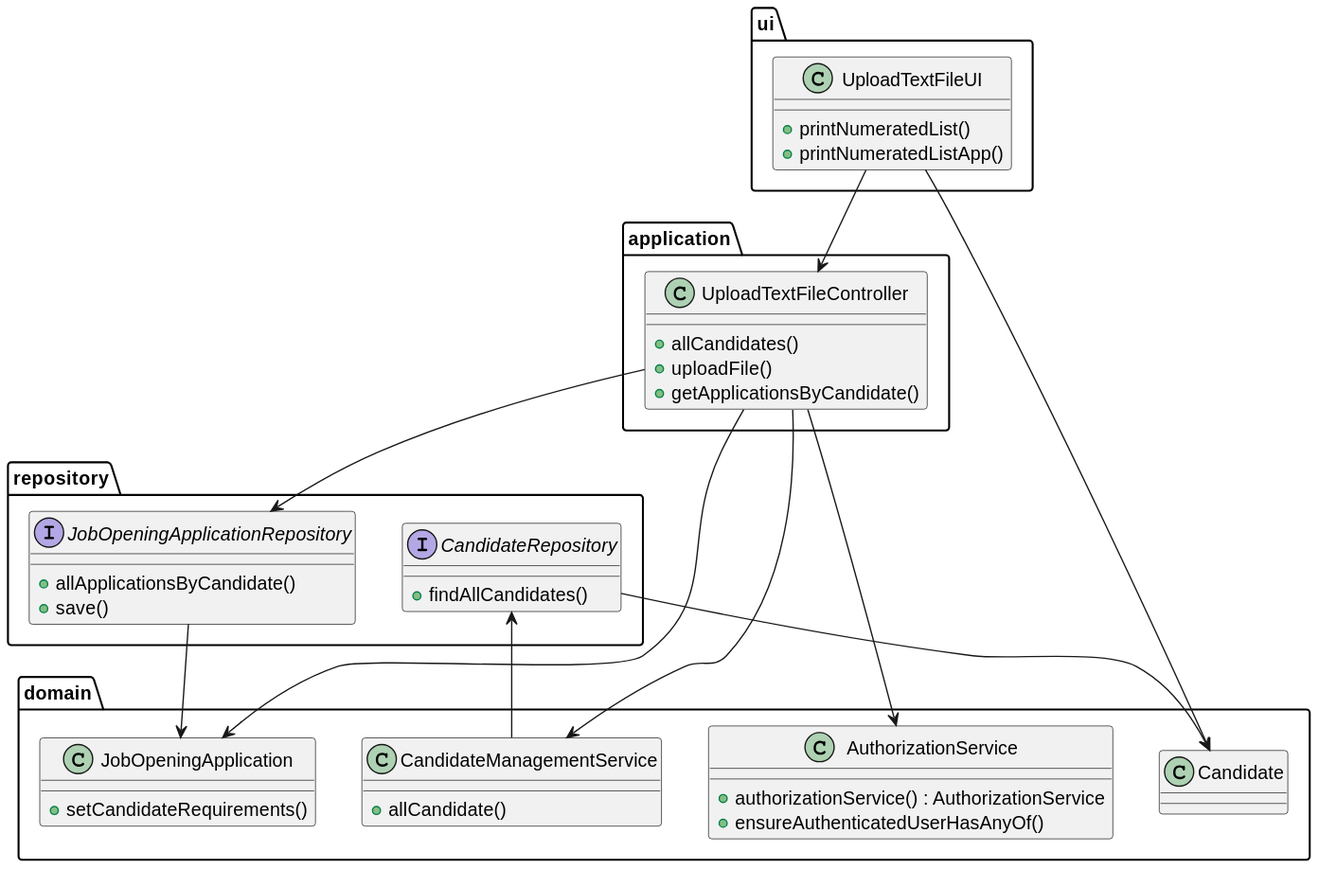
This is docs/sprintC/2004/svg/2004-class-diagram.svg from marcoferreira37/Lapr4, a PlantUML export, as it was before one commit.
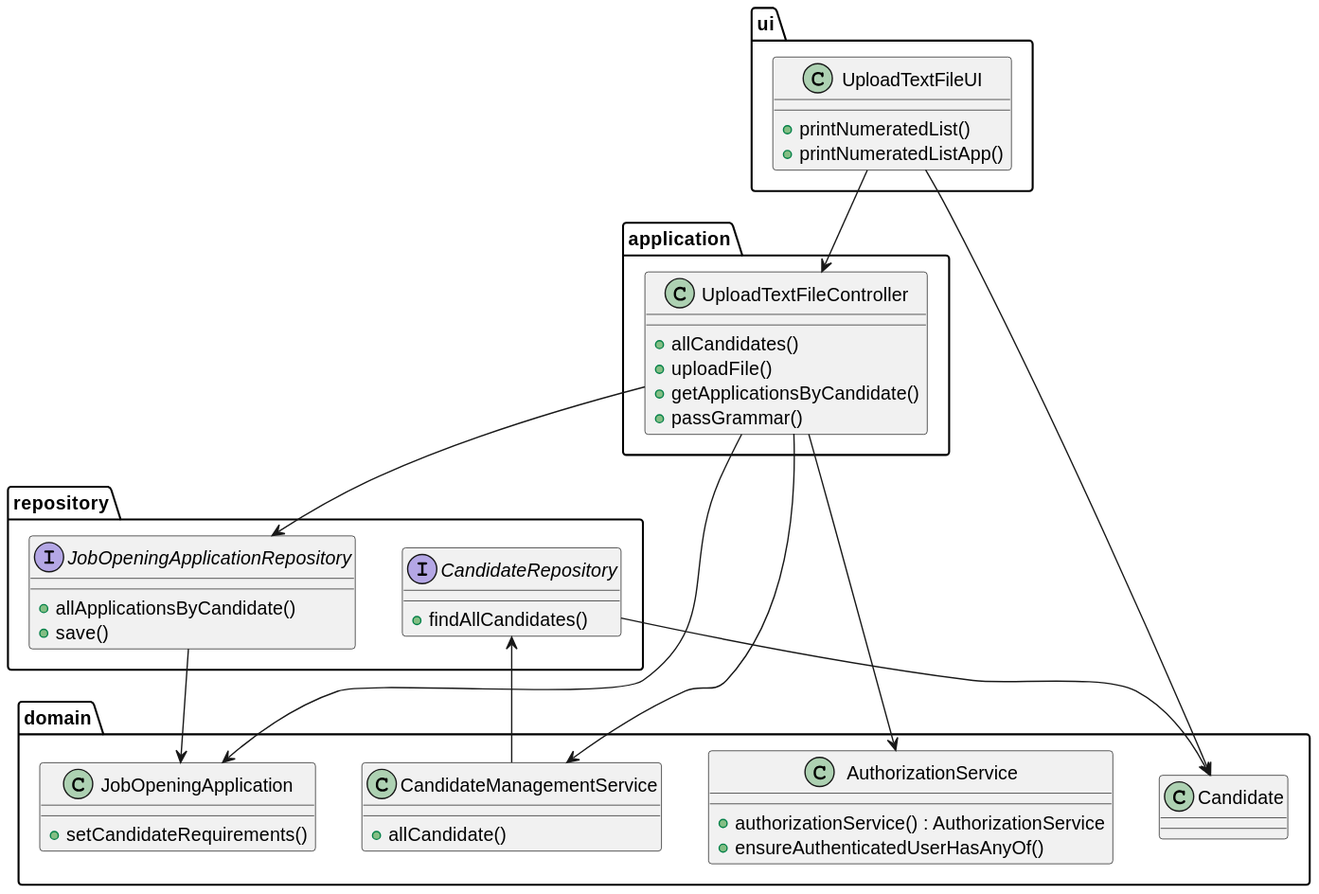
Later version of the same file.

Commit message:
#48 svg format for class diagram

What changed in the source:
```diff
@@ -14,6 +14,7 @@
             +allCandidates()
             +uploadFile()
             +getApplicationsByCandidate()
+            +passGrammar()
         }
     }
 
```
